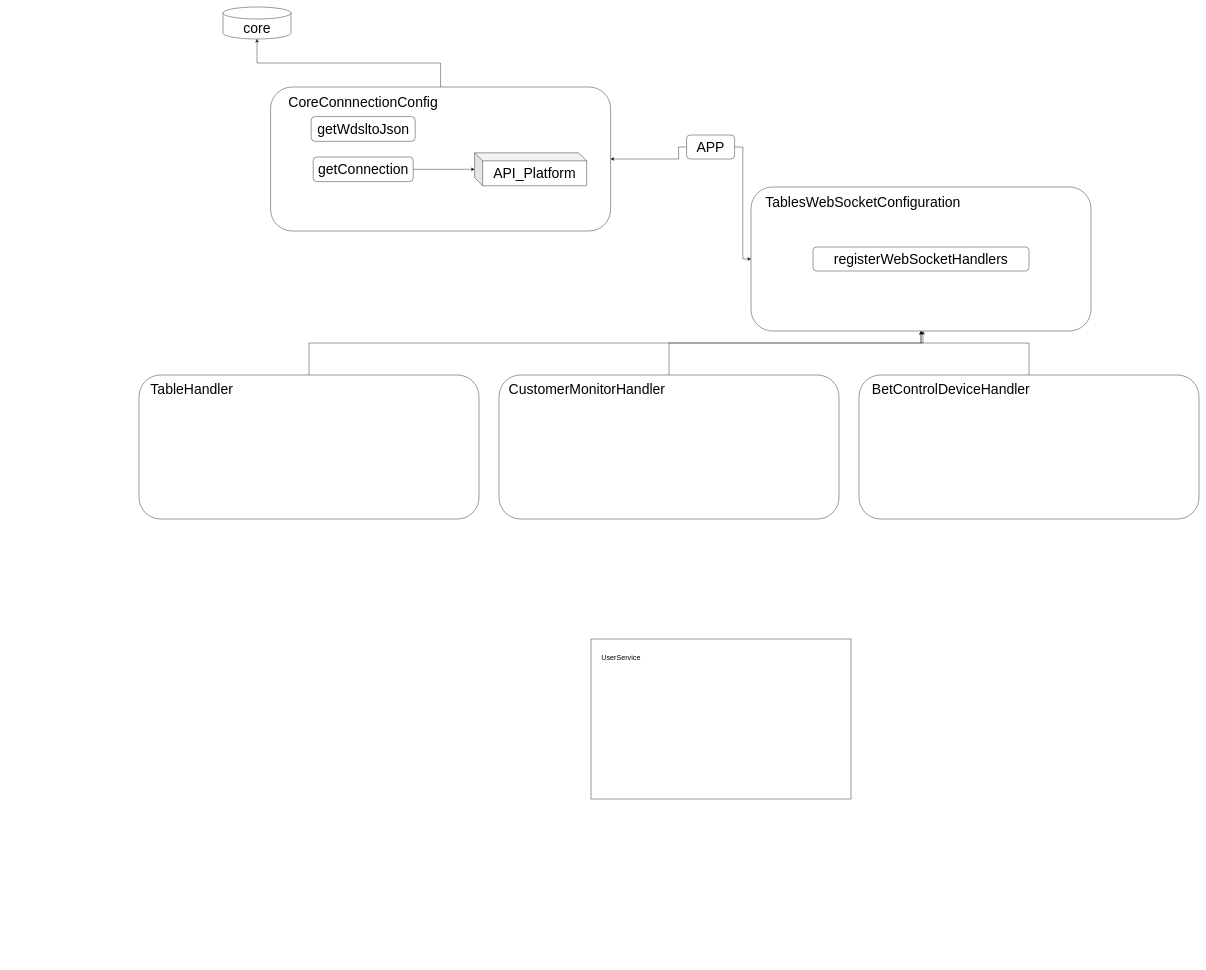
This is Untitled Diagram.drawio from QuilliuQ/firstsqldelightapp, a draw.io file, before an edit. Source tidied: cells renumbered, new cells numbered last; positions are measured from the earlier drawing's top-left corner, leaving out a move shared by most shapes. Both pictures are drawn from the tidied source at 40%, with x=0, y=0 at pixel (139, 7).
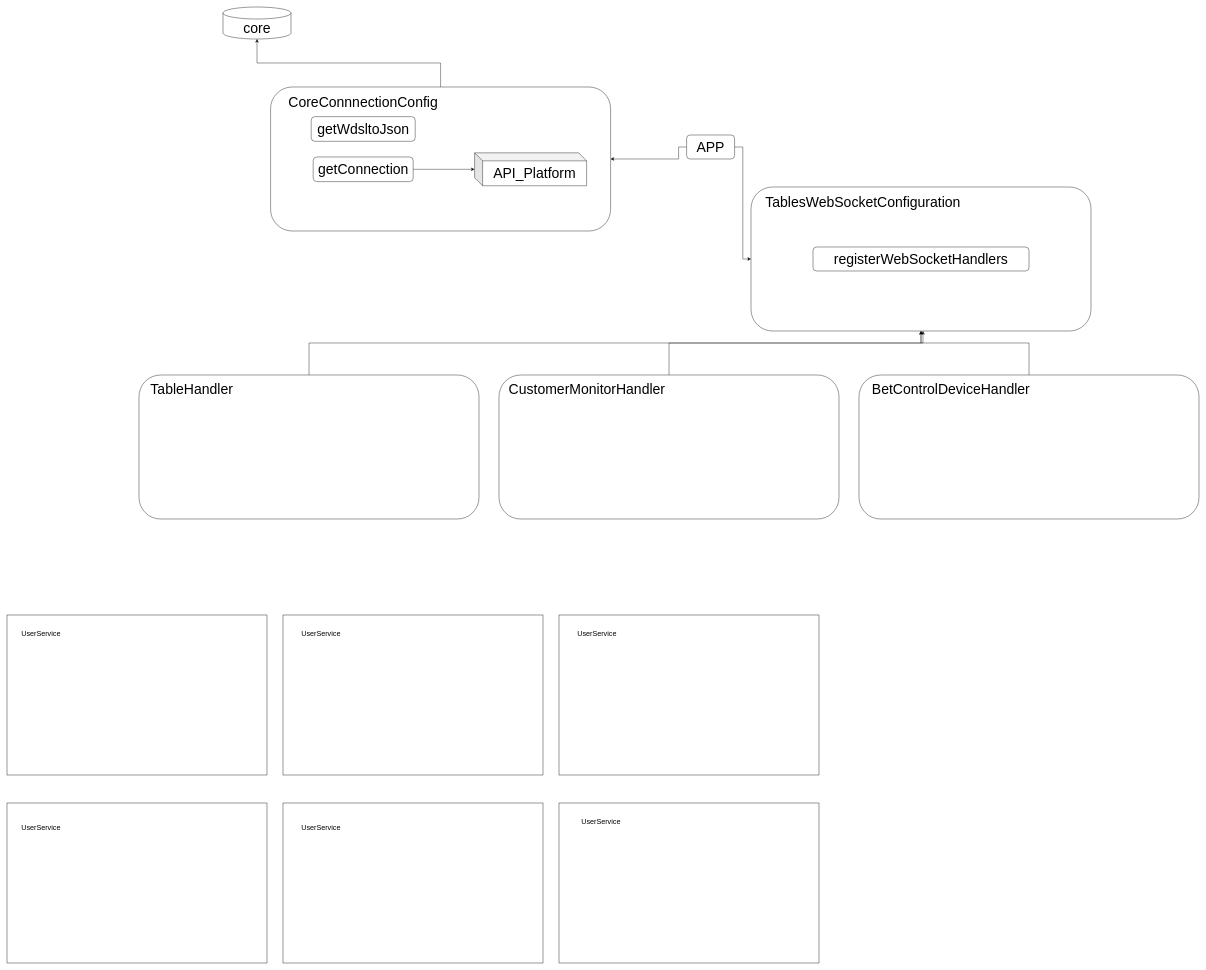
After the change.

What changed in the source:
```diff
@@
     <mxCell id="2" style="rounded=0;whiteSpace=wrap;html=1;" parent="1" vertex="1">
-      <mxGeometry x="1130" y="1580" width="650" height="400" as="geometry" />
+      <mxGeometry x="1050" y="1520" width="650" height="400" as="geometry" />
     </mxCell>
     <mxCell id="3" value="UserService" style="text;strokeColor=none;fillColor=none;align=left;verticalAlign=middle;spacingLeft=4;spacingRight=4;overflow=hidden;fontSize=18;" parent="1" vertex="1">
-      <mxGeometry x="1150" y="1610" width="110" height="30" as="geometry" />
+      <mxGeometry x="1090" y="1550" width="110" height="30" as="geometry" />
     </mxCell>
@@
+    <mxCell id="29" style="rounded=0;whiteSpace=wrap;html=1;" parent="1" vertex="1">
+      <mxGeometry x="1050" y="1990" width="650" height="400" as="geometry" />
+    </mxCell>
+    <mxCell id="30" style="rounded=0;whiteSpace=wrap;html=1;" parent="1" vertex="1">
+      <mxGeometry x="-330" y="1990" width="650" height="400" as="geometry" />
+    </mxCell>
+    <mxCell id="31" style="rounded=0;whiteSpace=wrap;html=1;" parent="1" vertex="1">
+      <mxGeometry x="-330" y="1520" width="650" height="400" as="geometry" />
+    </mxCell>
+    <mxCell id="32" style="rounded=0;whiteSpace=wrap;html=1;" parent="1" vertex="1">
+      <mxGeometry x="360" y="1990" width="650" height="400" as="geometry" />
+    </mxCell>
+    <mxCell id="33" style="rounded=0;whiteSpace=wrap;html=1;" parent="1" vertex="1">
+      <mxGeometry x="360" y="1520" width="650" height="400" as="geometry" />
+    </mxCell>
+    <mxCell id="34" value="UserService" style="text;strokeColor=none;fillColor=none;align=left;verticalAlign=middle;spacingLeft=4;spacingRight=4;overflow=hidden;fontSize=18;" parent="1" vertex="1">
+      <mxGeometry x="400" y="2035" width="110" height="30" as="geometry" />
+    </mxCell>
+    <mxCell id="35" value="UserService" style="text;strokeColor=none;fillColor=none;align=left;verticalAlign=middle;spacingLeft=4;spacingRight=4;overflow=hidden;fontSize=18;" parent="1" vertex="1">
+      <mxGeometry x="400" y="1550" width="110" height="30" as="geometry" />
+    </mxCell>
+    <mxCell id="36" value="UserService" style="text;strokeColor=none;fillColor=none;align=left;verticalAlign=middle;spacingLeft=4;spacingRight=4;overflow=hidden;fontSize=18;" parent="1" vertex="1">
+      <mxGeometry x="1100" y="2020" width="110" height="30" as="geometry" />
+    </mxCell>
+    <mxCell id="37" value="UserService" style="text;strokeColor=none;fillColor=none;align=left;verticalAlign=middle;spacingLeft=4;spacingRight=4;overflow=hidden;fontSize=18;" parent="1" vertex="1">
+      <mxGeometry x="-300" y="2035" width="110" height="30" as="geometry" />
+    </mxCell>
+    <mxCell id="38" value="UserService" style="text;strokeColor=none;fillColor=none;align=left;verticalAlign=middle;spacingLeft=4;spacingRight=4;overflow=hidden;fontSize=18;" parent="1" vertex="1">
+      <mxGeometry x="-300" y="1550" width="110" height="30" as="geometry" />
+    </mxCell>
```
